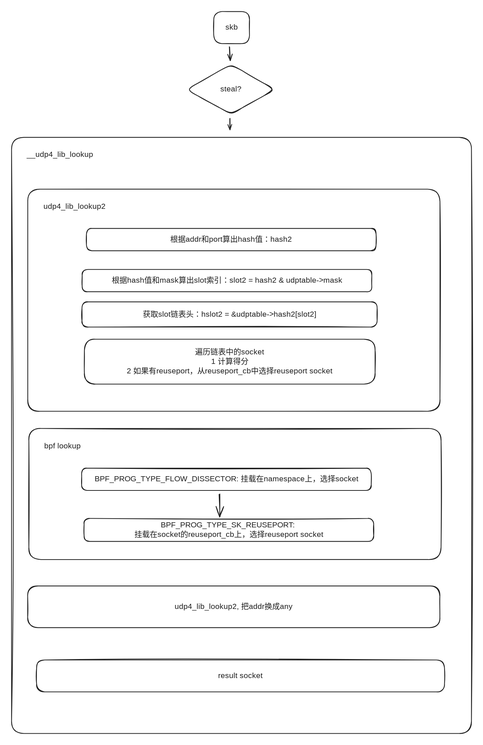
Earlier version of the Excalidraw export linux-network/.gitbook/assets/file.excalidraw (1).svg (YkieWang/LinuxNetwork). Source tidied: one line per element, renumbered; positions are measured from the earlier drawing's top-left corner, leaving out a move shared by most shapes.
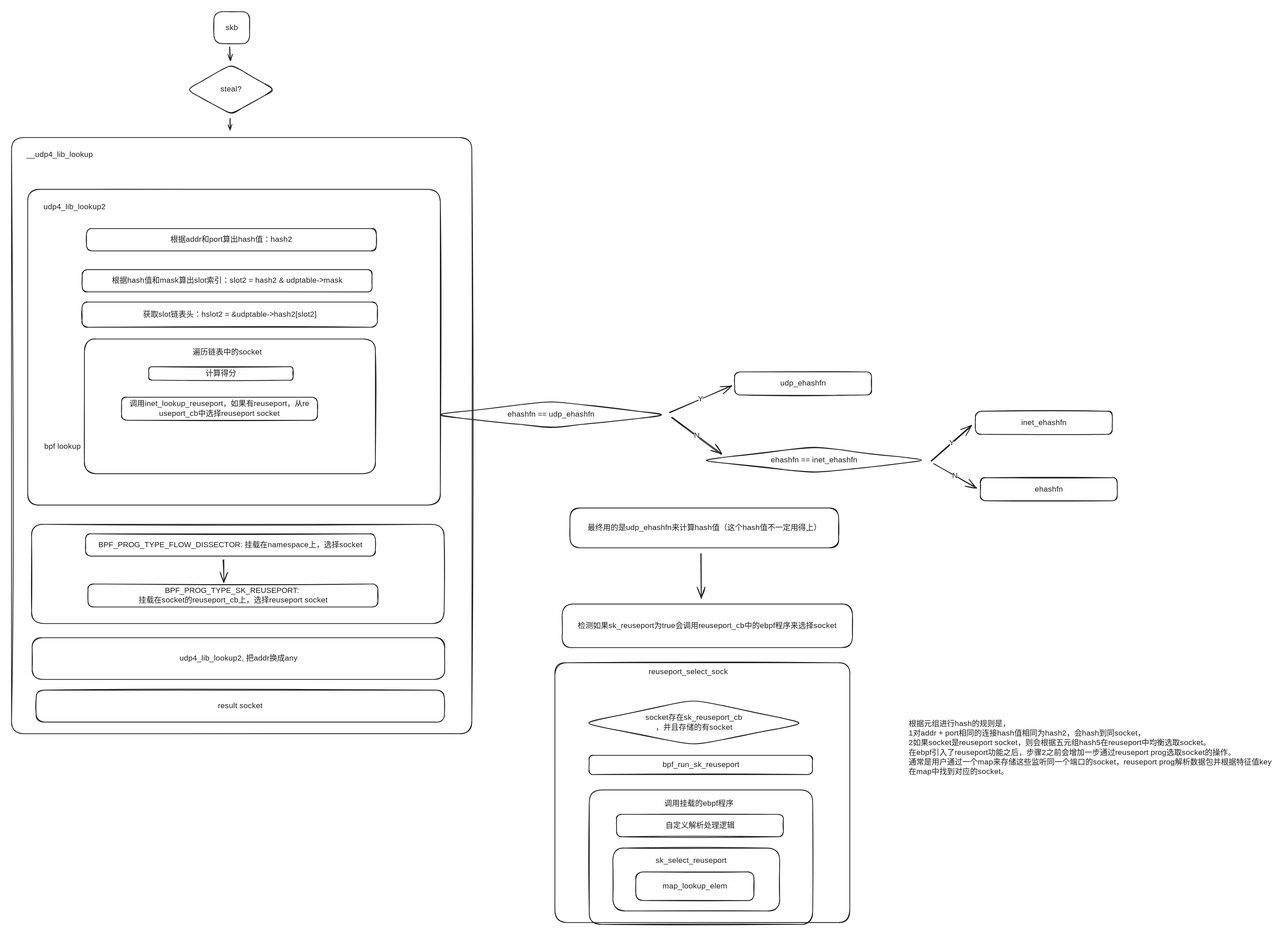
Later version of the same file.

The edit, as a diff of the source:
```diff
@@ -4,7 +4,7 @@
 {"id": 3, "type": "text", "text": "steal?", "strokeColor": "#1e1e1e", "strokeWidth": 2, "roughness": 1, "fontSize": 20, "fontFamily": 1, "textAlign": "center", "verticalAlign": "middle", "inside": 2, "x": 541, "y": 190, "width": 61, "height": 25}
 {"id": 4, "type": "rectangle", "strokeColor": "#1e1e1e", "strokeWidth": 2, "roughness": 1, "round": true, "x": 0, "y": 328, "width": 1199, "height": 1553}
 {"id": 5, "type": "text", "text": "__udp4_lib_lookup", "strokeColor": "#1e1e1e", "strokeWidth": 2, "roughness": 1, "fontSize": 20, "fontFamily": 1, "x": 39, "y": 361, "width": 190, "height": 25}
-{"id": 6, "type": "rectangle", "strokeColor": "#1e1e1e", "strokeWidth": 2, "roughness": 1, "round": true, "x": 42, "y": 463, "width": 1075, "height": 579}
+{"id": 6, "type": "rectangle", "strokeColor": "#1e1e1e", "strokeWidth": 2, "roughness": 1, "round": true, "x": 42, "y": 463, "width": 1075, "height": 822}
 {"id": 7, "type": "text", "text": "udp4_lib_lookup2", "strokeColor": "#1e1e1e", "strokeWidth": 2, "roughness": 1, "fontSize": 20, "fontFamily": 1, "x": 83, "y": 496, "width": 171, "height": 25}
 {"id": 8, "type": "rectangle", "strokeColor": "#1e1e1e", "strokeWidth": 2, "roughness": 1, "round": true, "x": 195, "y": 565, "width": 755, "height": 58}
 {"id": 9, "type": "text", "text": "根据addr和port算出hash值：hash2", "strokeColor": "#1e1e1e", "strokeWidth": 2, "roughness": 1, "fontSize": 20, "fontFamily": 1, "textAlign": "center", "verticalAlign": "middle", "inside": 8, "x": 409, "y": 582, "width": 328, "height": 25}
@@ -12,18 +12,60 @@
 {"id": 11, "type": "text", "text": "根据hash值和mask算出slot索引：slot2 = hash2 & udptable->mask", "strokeColor": "#1e1e1e", "strokeWidth": 2, "roughness": 1, "fontSize": 20, "fontFamily": 1, "textAlign": "center", "verticalAlign": "middle", "inside": 10, "x": 244, "y": 689, "width": 635, "height": 25}
 {"id": 12, "type": "rectangle", "strokeColor": "#1e1e1e", "strokeWidth": 2, "roughness": 1, "round": true, "x": 184, "y": 756, "width": 770, "height": 66}
 {"id": 13, "type": "text", "text": "获取slot链表头：hslot2 = &udptable->hash2[slot2]", "strokeColor": "#1e1e1e", "strokeWidth": 2, "roughness": 1, "fontSize": 20, "fontFamily": 1, "textAlign": "center", "verticalAlign": "middle", "inside": 12, "x": 318, "y": 777, "width": 500, "height": 25}
-{"id": 14, "type": "rectangle", "strokeColor": "#1e1e1e", "strokeWidth": 2, "roughness": 1, "round": true, "x": 190, "y": 854, "width": 758, "height": 117}
+{"id": 14, "type": "rectangle", "strokeColor": "#1e1e1e", "strokeWidth": 2, "roughness": 1, "round": true, "x": 190, "y": 853, "width": 758, "height": 351}
-{"id": 15, "type": "text", "text": "遍历链表中的socket\n1 计算得分\n2 如果有reuseport，从reuseport_cb中选择reuseport socket", "strokeColor": "#1e1e1e", "strokeWidth": 2, "roughness": 1, "fontSize": 20, "fontFamily": 1, "textAlign": "center", "verticalAlign": "middle", "inside": 14, "x": 281, "y": 875, "width": 576, "height": 75}
-{"id": 16, "type": "rectangle", "strokeColor": "#1e1e1e", "strokeWidth": 2, "roughness": 1, "round": true, "x": 45, "y": 1086, "width": 1075, "height": 341}
+{"id": 16, "type": "rectangle", "strokeColor": "#1e1e1e", "strokeWidth": 2, "roughness": 1, "round": true, "x": 52, "y": 1335, "width": 1075, "height": 258}
 {"id": 17, "type": "text", "text": "bpf lookup", "strokeColor": "#1e1e1e", "strokeWidth": 2, "roughness": 1, "fontSize": 20, "fontFamily": 1, "x": 85, "y": 1120, "width": 98, "height": 25}
-{"id": 18, "type": "rectangle", "strokeColor": "#1e1e1e", "strokeWidth": 2, "roughness": 1, "round": true, "x": 183, "y": 1190, "width": 755, "height": 58}
+{"id": 18, "type": "rectangle", "strokeColor": "#1e1e1e", "strokeWidth": 2, "roughness": 1, "round": true, "x": 193, "y": 1360, "width": 755, "height": 58}
-{"id": 19, "type": "text", "text": "BPF_PROG_TYPE_FLOW_DISSECTOR: 挂载在namespace上，选择socket", "strokeColor": "#1e1e1e", "strokeWidth": 2, "roughness": 1, "fontSize": 20, "fontFamily": 1, "textAlign": "center", "verticalAlign": "middle", "inside": 18, "x": 205, "y": 1206, "width": 710, "height": 25}
+{"id": 19, "type": "text", "text": "BPF_PROG_TYPE_FLOW_DISSECTOR: 挂载在namespace上，选择socket", "strokeColor": "#1e1e1e", "strokeWidth": 2, "roughness": 1, "fontSize": 20, "fontFamily": 1, "textAlign": "center", "verticalAlign": "middle", "inside": 18, "x": 216, "y": 1377, "width": 710, "height": 25}
-{"id": 20, "type": "rectangle", "strokeColor": "#1e1e1e", "strokeWidth": 2, "roughness": 1, "round": true, "x": 189, "y": 1321, "width": 755, "height": 60}
+{"id": 20, "type": "rectangle", "strokeColor": "#1e1e1e", "strokeWidth": 2, "roughness": 1, "round": true, "x": 199, "y": 1491, "width": 755, "height": 60}
-{"id": 21, "type": "text", "text": "BPF_PROG_TYPE_SK_REUSEPORT: \n挂载在socket的reuseport_cb上，选择reuseport socket", "strokeColor": "#1e1e1e", "strokeWidth": 2, "roughness": 1, "fontSize": 20, "fontFamily": 1, "textAlign": "center", "verticalAlign": "middle", "inside": 20, "x": 306, "y": 1326, "width": 522, "height": 50}
+{"id": 21, "type": "text", "text": "BPF_PROG_TYPE_SK_REUSEPORT: \n挂载在socket的reuseport_cb上，选择reuseport socket", "strokeColor": "#1e1e1e", "strokeWidth": 2, "roughness": 1, "fontSize": 20, "fontFamily": 1, "textAlign": "center", "verticalAlign": "middle", "inside": 20, "x": 316, "y": 1496, "width": 522, "height": 50}
-{"id": 22, "type": "arrow", "strokeColor": "#1e1e1e", "strokeWidth": 2, "roughness": 1, "endArrowhead": "arrow", "round": true, "from": 18, "to": 20, "x": 542, "y": 1258, "width": 2, "height": 58, "points": [[0, 0], [2, 58]]}
+{"id": 22, "type": "arrow", "strokeColor": "#1e1e1e", "strokeWidth": 2, "roughness": 1, "endArrowhead": "arrow", "round": true, "from": 18, "to": 20, "x": 552, "y": 1429, "width": 2, "height": 58, "points": [[0, 0], [2, 58]]}
-{"id": 23, "type": "rectangle", "strokeColor": "#1e1e1e", "strokeWidth": 2, "roughness": 1, "round": true, "x": 42, "y": 1497, "width": 1075, "height": 109}
+{"id": 23, "type": "rectangle", "strokeColor": "#1e1e1e", "strokeWidth": 2, "roughness": 1, "round": true, "x": 54, "y": 1631, "width": 1075, "height": 109}
-{"id": 24, "type": "text", "text": "udp4_lib_lookup2, 把addr换成any", "strokeColor": "#1e1e1e", "strokeWidth": 2, "roughness": 1, "fontSize": 20, "fontFamily": 1, "textAlign": "center", "verticalAlign": "middle", "inside": 23, "x": 418, "y": 1538, "width": 323, "height": 25}
+{"id": 24, "type": "text", "text": "udp4_lib_lookup2, 把addr换成any", "strokeColor": "#1e1e1e", "strokeWidth": 2, "roughness": 1, "fontSize": 20, "fontFamily": 1, "textAlign": "center", "verticalAlign": "middle", "inside": 23, "x": 430, "y": 1673, "width": 323, "height": 25}
-{"id": 25, "type": "rectangle", "strokeColor": "#1e1e1e", "strokeWidth": 2, "roughness": 1, "round": true, "x": 65, "y": 1689, "width": 1064, "height": 83}
+{"id": 25, "type": "rectangle", "strokeColor": "#1e1e1e", "strokeWidth": 2, "roughness": 1, "round": true, "x": 64, "y": 1767, "width": 1064, "height": 83}
-{"id": 26, "type": "text", "text": "result socket", "strokeColor": "#1e1e1e", "strokeWidth": 2, "roughness": 1, "fontSize": 20, "fontFamily": 1, "textAlign": "center", "verticalAlign": "middle", "inside": 25, "x": 531, "y": 1718, "width": 132, "height": 25}
+{"id": 26, "type": "text", "text": "result socket", "strokeColor": "#1e1e1e", "strokeWidth": 2, "roughness": 1, "fontSize": 20, "fontFamily": 1, "textAlign": "center", "verticalAlign": "middle", "inside": 25, "x": 530, "y": 1796, "width": 132, "height": 25}
 {"id": 27, "type": "arrow", "strokeColor": "#1e1e1e", "strokeWidth": 2, "roughness": 1, "endArrowhead": "arrow", "round": true, "from": 0, "to": 2, "x": 568, "y": 92, "width": 2, "height": 35, "points": [[0, 0], [2, 35]]}
 {"id": 28, "type": "arrow", "strokeColor": "#1e1e1e", "strokeWidth": 2, "roughness": 1, "endArrowhead": "arrow", "round": true, "from": 2, "to": 4, "x": 570, "y": 279, "width": 0, "height": 29, "points": [[0, 0], [0, 29]]}
+{"id": 29, "type": "text", "text": "遍历链表中的socket", "strokeColor": "#1e1e1e", "strokeWidth": 2, "roughness": 1, "fontSize": 20, "fontFamily": 1, "x": 472, "y": 875, "width": 184, "height": 25}
+{"id": 30, "type": "rectangle", "strokeColor": "#1e1e1e", "strokeWidth": 2, "roughness": 1, "round": true, "x": 358, "y": 925, "width": 376, "height": 35}
+{"id": 31, "type": "text", "text": "计算得分", "strokeColor": "#1e1e1e", "strokeWidth": 2, "roughness": 1, "fontSize": 20, "fontFamily": 1, "textAlign": "center", "verticalAlign": "middle", "inside": 30, "x": 506, "y": 930, "width": 80, "height": 25}
+{"id": 32, "type": "rectangle", "strokeColor": "#1e1e1e", "strokeWidth": 2, "roughness": 1, "round": true, "x": 287, "y": 1004, "width": 511, "height": 60}
+{"id": 33, "type": "text", "text": "调用inet_lookup_reuseport，如果有reuseport，从re\nuseport_cb中选择reuseport socket", "strokeColor": "#1e1e1e", "strokeWidth": 2, "roughness": 1, "fontSize": 20, "fontFamily": 1, "textAlign": "center", "verticalAlign": "middle", "inside": 32, "x": 295, "y": 1009, "width": 494, "height": 50}
+{"id": 34, "type": "rectangle", "strokeColor": "#1e1e1e", "strokeWidth": 2, "roughness": 1, "round": true, "x": 1884, "y": 938, "width": 357, "height": 60}
+{"id": 35, "type": "text", "text": "udp_ehashfn", "strokeColor": "#1e1e1e", "strokeWidth": 2, "roughness": 1, "fontSize": 20, "fontFamily": 1, "textAlign": "center", "verticalAlign": "middle", "inside": 34, "x": 2001, "y": 956, "width": 123, "height": 25}
+{"id": 36, "type": "diamond", "strokeColor": "#1e1e1e", "strokeWidth": 2, "roughness": 1, "round": true, "x": 1097, "y": 1014, "width": 615, "height": 70}
+{"id": 37, "type": "text", "text": "ehashfn == udp_ehashfn", "strokeColor": "#1e1e1e", "strokeWidth": 2, "roughness": 1, "fontSize": 20, "fontFamily": 1, "textAlign": "center", "verticalAlign": "middle", "inside": 36, "x": 1284, "y": 1037, "width": 242, "height": 25}
+{"id": 38, "type": "diamond", "strokeColor": "#1e1e1e", "strokeWidth": 2, "roughness": 1, "round": true, "x": 1792, "y": 1133, "width": 598, "height": 69}
+{"id": 39, "type": "text", "text": "ehashfn == inet_ehashfn", "strokeColor": "#1e1e1e", "strokeWidth": 2, "roughness": 1, "fontSize": 20, "fontFamily": 1, "textAlign": "center", "verticalAlign": "middle", "inside": 38, "x": 1968, "y": 1155, "width": 245, "height": 25}
+{"id": 40, "type": "rectangle", "strokeColor": "#1e1e1e", "strokeWidth": 2, "roughness": 1, "round": true, "x": 2511, "y": 1041, "width": 357, "height": 60}
+{"id": 41, "type": "text", "text": "inet_ehashfn", "strokeColor": "#1e1e1e", "strokeWidth": 2, "roughness": 1, "fontSize": 20, "fontFamily": 1, "textAlign": "center", "verticalAlign": "middle", "inside": 40, "x": 2627, "y": 1058, "width": 126, "height": 25}
+{"id": 42, "type": "rectangle", "strokeColor": "#1e1e1e", "strokeWidth": 2, "roughness": 1, "round": true, "x": 2524, "y": 1214, "width": 357, "height": 60}
+{"id": 43, "type": "text", "text": "ehashfn", "strokeColor": "#1e1e1e", "strokeWidth": 2, "roughness": 1, "fontSize": 20, "fontFamily": 1, "textAlign": "center", "verticalAlign": "middle", "inside": 42, "x": 2666, "y": 1232, "width": 74, "height": 25}
+{"id": 44, "type": "arrow", "strokeColor": "#1e1e1e", "strokeWidth": 2, "roughness": 1, "endArrowhead": "arrow", "round": true, "from": 36, "to": 34, "x": 1715, "y": 1045, "width": 162, "height": 71, "points": [[0, 0], [162, -71]]}
+{"id": 45, "type": "text", "text": "Y", "strokeColor": "#1e1e1e", "strokeWidth": 2, "roughness": 1, "fontSize": 20, "fontFamily": 1, "textAlign": "center", "verticalAlign": "middle", "inside": 44, "x": 1790, "y": 997, "width": 10, "height": 25}
+{"id": 46, "type": "arrow", "strokeColor": "#1e1e1e", "strokeWidth": 2, "roughness": 1, "endArrowhead": "arrow", "round": true, "from": 36, "to": 38, "x": 1720, "y": 1057, "width": 129, "height": 95, "points": [[0, 0], [129, 95]]}
+{"id": 47, "type": "text", "text": "N", "strokeColor": "#1e1e1e", "strokeWidth": 2, "roughness": 1, "fontSize": 20, "fontFamily": 1, "textAlign": "center", "verticalAlign": "middle", "inside": 46, "x": 1779, "y": 1092, "width": 13, "height": 25}
+{"id": 48, "type": "arrow", "strokeColor": "#1e1e1e", "strokeWidth": 2, "roughness": 1, "endArrowhead": "arrow", "round": true, "from": 38, "to": 40, "x": 2397, "y": 1170, "width": 105, "height": 92, "points": [[0, 0], [105, -92]]}
+{"id": 49, "type": "text", "text": "Y", "strokeColor": "#1e1e1e", "strokeWidth": 2, "roughness": 1, "fontSize": 20, "fontFamily": 1, "textAlign": "center", "verticalAlign": "middle", "inside": 48, "x": 2445, "y": 1111, "width": 10, "height": 25}
+{"id": 50, "type": "arrow", "strokeColor": "#1e1e1e", "strokeWidth": 2, "roughness": 1, "endArrowhead": "arrow", "round": true, "from": 38, "to": 42, "x": 2403, "y": 1178, "width": 111, "height": 64, "points": [[0, 0], [111, 64]]}
+{"id": 51, "type": "text", "text": "N", "strokeColor": "#1e1e1e", "strokeWidth": 2, "roughness": 1, "fontSize": 20, "fontFamily": 1, "textAlign": "center", "verticalAlign": "middle", "inside": 50, "x": 2452, "y": 1197, "width": 13, "height": 25}
+{"id": 52, "type": "rectangle", "strokeColor": "#1e1e1e", "strokeWidth": 2, "roughness": 1, "round": true, "x": 1455, "y": 1293, "width": 700, "height": 104}
+{"id": 53, "type": "text", "text": "最终用的是udp_ehashfn来计算hash值（这个hash值不一定用得上）", "strokeColor": "#1e1e1e", "strokeWidth": 2, "roughness": 1, "fontSize": 20, "fontFamily": 1, "textAlign": "center", "verticalAlign": "middle", "inside": 52, "x": 1500, "y": 1332, "width": 611, "height": 25}
+{"id": 54, "type": "rectangle", "strokeColor": "#1e1e1e", "strokeWidth": 2, "roughness": 1, "round": true, "x": 1435, "y": 1543, "width": 757, "height": 113}
+{"id": 55, "type": "text", "text": "检测如果sk_reuseport为true会调用reuseport_cb中的ebpf程序来选择socket", "strokeColor": "#1e1e1e", "strokeWidth": 2, "roughness": 1, "fontSize": 20, "fontFamily": 1, "textAlign": "center", "verticalAlign": "middle", "inside": 54, "x": 1459, "y": 1587, "width": 708, "height": 25}
+{"id": 56, "type": "arrow", "strokeColor": "#1e1e1e", "strokeWidth": 2, "roughness": 1, "endArrowhead": "arrow", "round": true, "from": 52, "to": 54, "x": 1796, "y": 1411, "width": 0, "height": 117, "points": [[0, 0], [0, 117]]}
+{"id": 57, "type": "rectangle", "strokeColor": "#1e1e1e", "strokeWidth": 2, "roughness": 1, "round": true, "x": 1416, "y": 1696, "width": 768, "height": 677}
+{"id": 58, "type": "text", "text": "reuseport_select_sock", "strokeColor": "#1e1e1e", "strokeWidth": 2, "roughness": 1, "fontSize": 20, "fontFamily": 1, "x": 1661, "y": 1707, "width": 228, "height": 25}
+{"id": 59, "type": "diamond", "strokeColor": "#1e1e1e", "strokeWidth": 2, "roughness": 1, "round": true, "x": 1486, "y": 1792, "width": 584, "height": 120}
+{"id": 60, "type": "text", "text": "socket存在sk_reuseport_cb\n，并且存储的有socket", "strokeColor": "#1e1e1e", "strokeWidth": 2, "roughness": 1, "fontSize": 20, "fontFamily": 1, "textAlign": "center", "verticalAlign": "middle", "inside": 59, "x": 1642, "y": 1827, "width": 271, "height": 50}
+{"id": 61, "type": "rectangle", "strokeColor": "#1e1e1e", "strokeWidth": 2, "roughness": 1, "round": true, "x": 1505, "y": 1937, "width": 582, "height": 50}
+{"id": 62, "type": "text", "text": "bpf_run_sk_reuseport", "strokeColor": "#1e1e1e", "strokeWidth": 2, "roughness": 1, "fontSize": 20, "fontFamily": 1, "textAlign": "center", "verticalAlign": "middle", "inside": 61, "x": 1685, "y": 1950, "width": 223, "height": 25}
+{"id": 63, "type": "rectangle", "strokeColor": "#1e1e1e", "strokeWidth": 2, "roughness": 1, "round": true, "x": 1505, "y": 2027, "width": 582, "height": 350}
+{"id": 64, "type": "rectangle", "strokeColor": "#1e1e1e", "strokeWidth": 2, "roughness": 1, "round": true, "x": 1567, "y": 2179, "width": 435, "height": 164}
+{"id": 65, "type": "text", "text": "调用挂载的ebpf程序", "strokeColor": "#1e1e1e", "strokeWidth": 2, "roughness": 1, "fontSize": 20, "fontFamily": 1, "x": 1701, "y": 2050, "width": 181, "height": 25}
+{"id": 66, "type": "rectangle", "strokeColor": "#1e1e1e", "strokeWidth": 2, "roughness": 1, "round": true, "x": 1576, "y": 2091, "width": 435, "height": 58}
+{"id": 67, "type": "text", "text": "自定义解析处理逻辑", "strokeColor": "#1e1e1e", "strokeWidth": 2, "roughness": 1, "fontSize": 20, "fontFamily": 1, "textAlign": "center", "verticalAlign": "middle", "inside": 66, "x": 1704, "y": 2108, "width": 180, "height": 25}
+{"id": 68, "type": "text", "text": "sk_select_reuseport", "strokeColor": "#1e1e1e", "strokeWidth": 2, "roughness": 1, "fontSize": 20, "fontFamily": 1, "x": 1678, "y": 2200, "width": 207, "height": 25}
+{"id": 69, "type": "rectangle", "strokeColor": "#1e1e1e", "strokeWidth": 2, "roughness": 1, "round": true, "x": 1627, "y": 2241, "width": 308, "height": 75}
+{"id": 70, "type": "text", "text": "map_lookup_elem", "strokeColor": "#1e1e1e", "strokeWidth": 2, "roughness": 1, "fontSize": 20, "fontFamily": 1, "textAlign": "center", "verticalAlign": "middle", "inside": 69, "x": 1697, "y": 2266, "width": 167, "height": 25}
+{"id": 71, "type": "text", "text": "根据元组进行hash的规则是，\n1对addr + port相同的连接hash值相同为hash2，会hash到同socket，\n2如果socket是reuseport socket，则会根据五元组hash5在reuseport中均衡选取socket。\n在ebpf引入了reuseport功能之后，步骤2之前会增加一步通过reuseport prog选取socket的操作。\n通常是用户通过一个map来存储这些监听同一个端口的socket，reuseport prog解析数据包并根据特征值key\n在map中找到对应的socket。", "strokeColor": "#1e1e1e", "strokeWidth": 2, "roughness": 1, "fontSize": 20, "fontFamily": 1, "x": 2338, "y": 1843, "width": 953, "height": 150}
```
